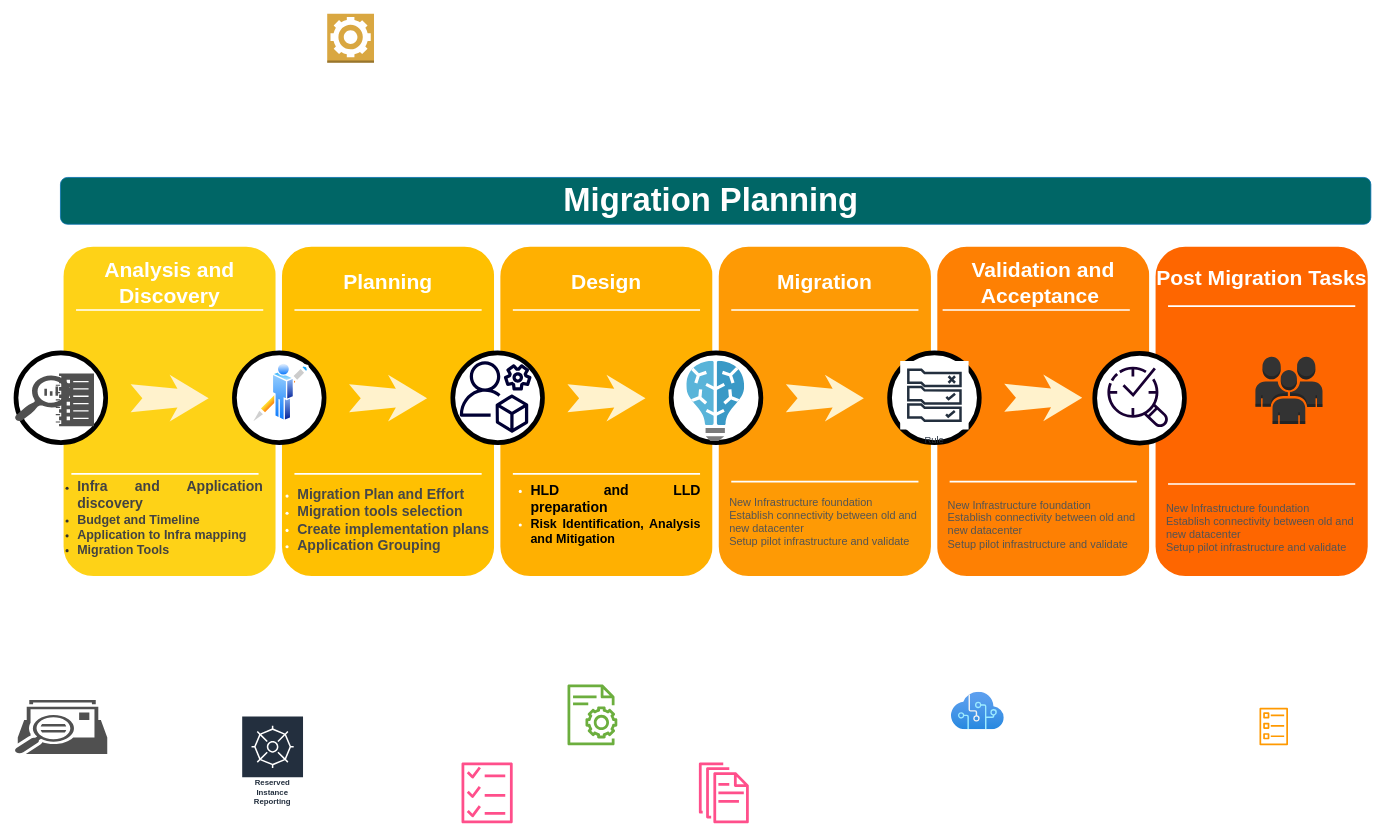
bktechtalk/challenge keeps this draw.io diagram as page "Page-1" (1 of 2) of Untitled Diagram.drawio. Above is the earlier version. Source tidied: cells renumbered, new cells numbered last; positions are measured from the earlier drawing's top-left corner, leaving out a move shared by most shapes. Both pictures are drawn from the tidied source at 78%, with x=0, y=0 at pixel (14, 13).
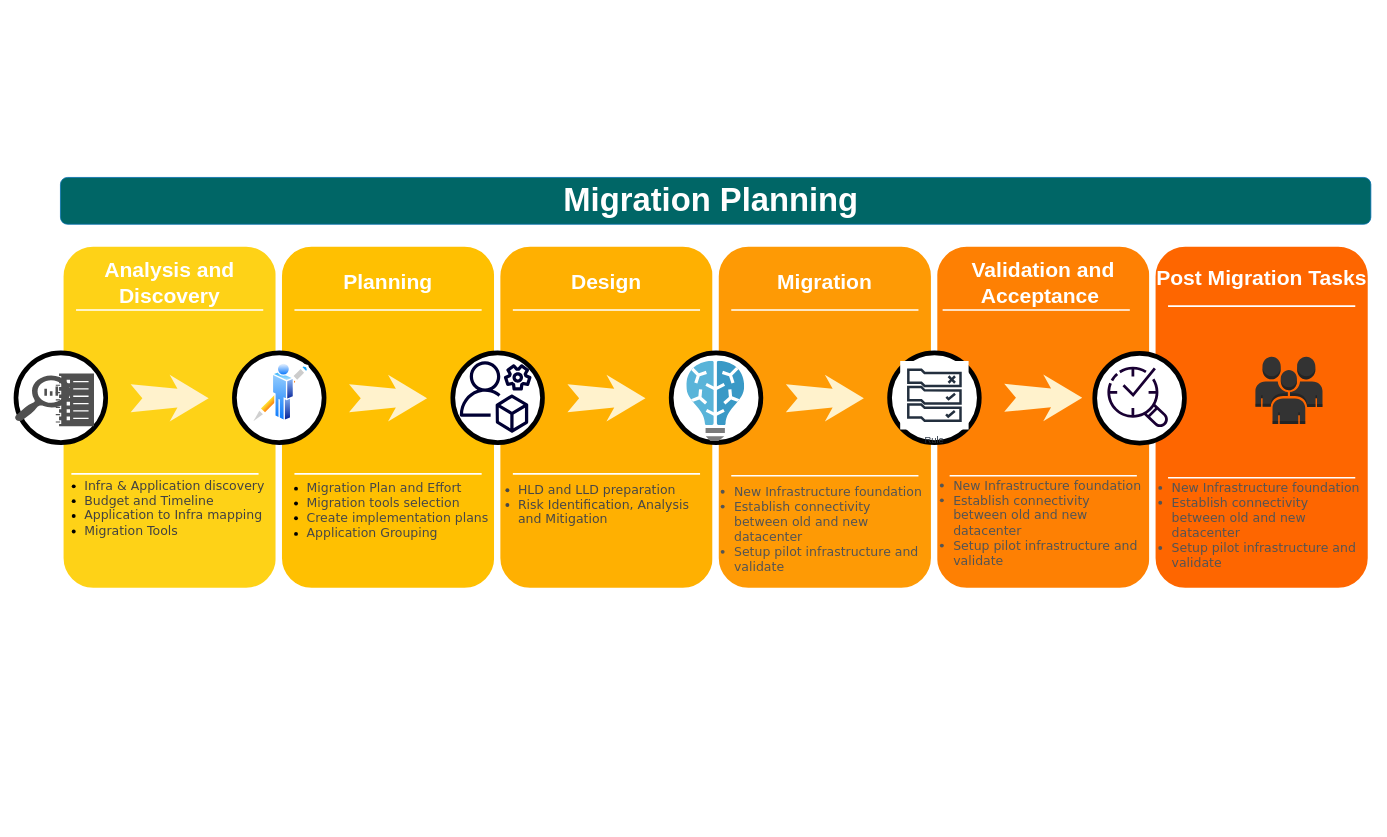
The same page after the edit.

Change to the diagram source:
```diff
@@
     <mxCell id="2" style="whiteSpace=wrap;html=1;rounded=1;shadow=0;strokeWidth=8;fontSize=20;align=center;fillColor=#FE8003;strokeColor=#FFFFFF;" parent="1" vertex="1">
-      <mxGeometry x="1179" y="295" width="280" height="430" as="geometry" />
+      <mxGeometry x="1179" y="295" width="280" height="445" as="geometry" />
     </mxCell>
     <mxCell id="3" style="whiteSpace=wrap;html=1;rounded=1;shadow=0;strokeWidth=8;fontSize=20;align=center;fillColor=#FE6600;strokeColor=#FFFFFF;" parent="1" vertex="1">
-      <mxGeometry x="1459" y="295" width="280" height="430" as="geometry" />
+      <mxGeometry x="1459" y="295" width="280" height="445" as="geometry" />
     </mxCell>
     <mxCell id="4" style="whiteSpace=wrap;html=1;rounded=1;shadow=0;strokeWidth=8;fontSize=20;align=center;fillColor=#FED217;strokeColor=#FFFFFF;" parent="1" vertex="1">
-      <mxGeometry x="59" y="295" width="280" height="430" as="geometry" />
+      <mxGeometry x="59" y="295" width="280" height="445" as="geometry" />
     </mxCell>
@@
-    <mxCell id="6" value="&lt;div style=&quot;text-align: justify&quot;&gt;&lt;ul&gt;&lt;li&gt;&lt;span&gt;&lt;font style=&quot;font-size: 18px&quot; color=&quot;#424242&quot;&gt;&lt;b&gt;Infra and Application discovery&amp;nbsp;&lt;/b&gt;&lt;/font&gt;&lt;/span&gt;&lt;/li&gt;&lt;li&gt;&lt;span&gt;&lt;font size=&quot;3&quot; color=&quot;#424242&quot;&gt;&lt;b&gt;Budget and Timeline&lt;/b&gt;&lt;/font&gt;&lt;/span&gt;&lt;/li&gt;&lt;li&gt;&lt;span&gt;&lt;font size=&quot;3&quot; color=&quot;#424242&quot;&gt;&lt;b&gt;Application to Infra mapping&amp;nbsp;&amp;nbsp;&lt;/b&gt;&lt;/font&gt;&lt;/span&gt;&lt;/li&gt;&lt;li&gt;&lt;font size=&quot;3&quot; color=&quot;#424242&quot;&gt;&lt;b&gt;Migration Tools&amp;nbsp;&lt;/b&gt;&lt;/font&gt;&lt;/li&gt;&lt;/ul&gt;&lt;/div&gt;&lt;div style=&quot;text-align: justify&quot;&gt;&lt;br&gt;&lt;/div&gt;" style="text;html=1;strokeColor=none;fillColor=none;align=left;verticalAlign=middle;whiteSpace=wrap;rounded=0;shadow=0;fontSize=14;fontColor=#333333;" parent="1" vertex="1">
-      <mxGeometry x="39" y="577.5" width="280" height="155" as="geometry" />
-    </mxCell>
@@
     <mxCell id="11" style="whiteSpace=wrap;html=1;rounded=1;shadow=0;strokeWidth=8;fontSize=20;align=center;fillColor=#FFC001;strokeColor=#FFFFFF;" parent="1" vertex="1">
-      <mxGeometry x="339" y="295" width="280" height="430" as="geometry" />
+      <mxGeometry x="339" y="295" width="280" height="445" as="geometry" />
     </mxCell>
@@
-    <mxCell id="13" value="&lt;ul&gt;&lt;li&gt;&lt;b style=&quot;font-size: 18px&quot;&gt;&lt;font color=&quot;#474747&quot;&gt;Migration Plan and Effort&amp;nbsp;&lt;/font&gt;&lt;/b&gt;&lt;/li&gt;&lt;li&gt;&lt;b style=&quot;font-size: 18px&quot;&gt;&lt;font color=&quot;#474747&quot;&gt;Migration tools selection&lt;/font&gt;&lt;/b&gt;&lt;/li&gt;&lt;li&gt;&lt;b style=&quot;font-size: 18px&quot;&gt;&lt;font color=&quot;#474747&quot;&gt;Create implementation plans&lt;/font&gt;&lt;/b&gt;&lt;/li&gt;&lt;li&gt;&lt;b style=&quot;font-size: 18px&quot;&gt;&lt;font color=&quot;#474747&quot;&gt;Application Grouping&amp;nbsp;&amp;nbsp;&lt;/font&gt;&lt;/b&gt;&lt;/li&gt;&lt;/ul&gt;" style="text;html=1;strokeColor=none;fillColor=none;align=left;verticalAlign=middle;whiteSpace=wrap;rounded=0;shadow=0;fontSize=14;fontColor=#FFFFFF;" parent="1" vertex="1">
-      <mxGeometry x="321" y="605" width="298" height="90" as="geometry" />
-    </mxCell>
@@
     <mxCell id="18" style="whiteSpace=wrap;html=1;rounded=1;shadow=0;strokeWidth=8;fontSize=20;align=center;fillColor=#FFB001;strokeColor=#FFFFFF;" parent="1" vertex="1">
-      <mxGeometry x="619" y="295" width="280" height="430" as="geometry" />
+      <mxGeometry x="619" y="295" width="280" height="445" as="geometry" />
     </mxCell>
@@
-    <mxCell id="20" value="&lt;div style=&quot;text-align: justify&quot;&gt;&lt;ul&gt;&lt;li&gt;&lt;font style=&quot;font-size: 18px&quot; color=&quot;#000000&quot;&gt;&lt;b&gt;&lt;font&gt;HLD and LLD &lt;/font&gt;preparation&lt;font&gt;&amp;nbsp;&lt;/font&gt;&lt;/b&gt;&lt;/font&gt;&lt;/li&gt;&lt;li&gt;&lt;font size=&quot;3&quot; color=&quot;#000000&quot;&gt;&lt;b&gt;Risk Identification, Analysis and Mitigation&amp;nbsp;&lt;/b&gt;&lt;/font&gt;&lt;/li&gt;&lt;/ul&gt;&lt;/div&gt;&lt;div&gt;&lt;font color=&quot;#575757&quot;&gt;&lt;br&gt;&lt;/font&gt;&lt;/div&gt;" style="text;html=1;strokeColor=none;fillColor=none;align=center;verticalAlign=middle;whiteSpace=wrap;rounded=0;shadow=0;fontSize=14;fontColor=#FFFFFF;" parent="1" vertex="1">
-      <mxGeometry x="621" y="605" width="260" height="90" as="geometry" />
-    </mxCell>
@@
     <mxCell id="25" style="whiteSpace=wrap;html=1;rounded=1;shadow=0;strokeWidth=8;fontSize=20;align=center;fillColor=#FE9A05;strokeColor=#FFFFFF;" parent="1" vertex="1">
-      <mxGeometry x="899" y="295" width="280" height="430" as="geometry" />
+      <mxGeometry x="899" y="295" width="280" height="445" as="geometry" />
     </mxCell>
@@
-    <mxCell id="27" value="&lt;div style=&quot;text-align: left&quot;&gt;&lt;span style=&quot;color: rgb(84 , 84 , 84)&quot;&gt;New Infrastructure foundation&lt;/span&gt;&lt;/div&gt;&lt;font color=&quot;#545454&quot;&gt;&lt;div style=&quot;text-align: left&quot;&gt;&lt;span&gt;Establish connectivity between old and&amp;nbsp;&lt;/span&gt;&lt;/div&gt;&lt;div style=&quot;text-align: left&quot;&gt;&lt;span&gt;new datacenter&amp;nbsp;&lt;/span&gt;&lt;/div&gt;&lt;div style=&quot;text-align: left&quot;&gt;&lt;span&gt;Setup pilot infrastructure and validate&amp;nbsp;&lt;/span&gt;&lt;/div&gt;&lt;div style=&quot;text-align: left&quot;&gt;&lt;span&gt;&amp;nbsp;&lt;/span&gt;&lt;/div&gt;&lt;/font&gt;" style="text;html=1;strokeColor=none;fillColor=none;align=center;verticalAlign=middle;whiteSpace=wrap;rounded=0;shadow=0;fontSize=14;fontColor=#FFFFFF;" parent="1" vertex="1">
+    <mxCell id="27" value="&lt;div style=&quot;text-align: left&quot;&gt;&lt;br&gt;&lt;/div&gt;" style="text;html=1;strokeColor=none;fillColor=none;align=center;verticalAlign=middle;whiteSpace=wrap;rounded=0;shadow=0;fontSize=14;fontColor=#FFFFFF;" parent="1" vertex="1">
       <mxGeometry x="899" y="615" width="280" height="90" as="geometry" />
     </mxCell>
@@
     <mxCell id="29" style="line;strokeWidth=2;html=1;rounded=0;shadow=0;fontSize=27;align=center;fillColor=none;strokeColor=#FFFFFF;" parent="1" vertex="1">
-      <mxGeometry x="919" y="595" width="240" height="10" as="geometry" />
+      <mxGeometry x="919" y="587.5" width="240" height="10" as="geometry" />
     </mxCell>
@@
-    <mxCell id="35" value="&lt;div style=&quot;text-align: left&quot;&gt;&lt;span style=&quot;color: rgb(84 , 84 , 84)&quot;&gt;New Infrastructure foundation&lt;/span&gt;&lt;/div&gt;&lt;font color=&quot;#545454&quot;&gt;&lt;div style=&quot;text-align: left&quot;&gt;&lt;span&gt;Establish connectivity between old and&amp;nbsp;&lt;/span&gt;&lt;/div&gt;&lt;div style=&quot;text-align: left&quot;&gt;&lt;span&gt;new datacenter&amp;nbsp;&lt;/span&gt;&lt;/div&gt;&lt;div style=&quot;text-align: left&quot;&gt;&lt;span&gt;Setup pilot infrastructure and validate&amp;nbsp;&lt;/span&gt;&lt;/div&gt;&lt;div style=&quot;text-align: left&quot;&gt;&lt;span&gt;&amp;nbsp;&lt;/span&gt;&lt;/div&gt;&lt;/font&gt;" style="text;html=1;strokeColor=none;fillColor=none;align=center;verticalAlign=middle;whiteSpace=wrap;rounded=0;shadow=0;fontSize=14;fontColor=#FFFFFF;" parent="1" vertex="1">
-      <mxGeometry x="1459" y="622.5" width="280" height="90" as="geometry" />
-    </mxCell>
@@
     <mxCell id="37" style="line;strokeWidth=2;html=1;rounded=0;shadow=0;fontSize=27;align=center;fillColor=none;strokeColor=#FFFFFF;" parent="1" vertex="1">
-      <mxGeometry x="1479" y="598" width="240" height="10" as="geometry" />
+      <mxGeometry x="1479" y="590" width="240" height="10" as="geometry" />
     </mxCell>
@@
-    <mxCell id="41" value="&lt;div style=&quot;text-align: left&quot;&gt;&lt;span style=&quot;color: rgb(84 , 84 , 84)&quot;&gt;New Infrastructure foundation&lt;/span&gt;&lt;/div&gt;&lt;font color=&quot;#545454&quot;&gt;&lt;div style=&quot;text-align: left&quot;&gt;&lt;span&gt;Establish connectivity between old and&amp;nbsp;&lt;/span&gt;&lt;/div&gt;&lt;div style=&quot;text-align: left&quot;&gt;&lt;span&gt;new datacenter&amp;nbsp;&lt;/span&gt;&lt;/div&gt;&lt;div style=&quot;text-align: left&quot;&gt;&lt;span&gt;Setup pilot infrastructure and validate&amp;nbsp;&lt;/span&gt;&lt;/div&gt;&lt;div style=&quot;text-align: left&quot;&gt;&lt;span&gt;&amp;nbsp;&lt;/span&gt;&lt;/div&gt;&lt;/font&gt;" style="text;html=1;strokeColor=none;fillColor=none;align=center;verticalAlign=middle;whiteSpace=wrap;rounded=0;shadow=0;fontSize=14;fontColor=#FFFFFF;" parent="1" vertex="1">
-      <mxGeometry x="1179" y="618" width="280" height="90" as="geometry" />
-    </mxCell>
     <mxCell id="42" style="line;strokeWidth=2;html=1;rounded=0;shadow=0;fontSize=27;align=center;fillColor=none;strokeColor=#FFFFFF;" parent="1" vertex="1">
-      <mxGeometry x="1199" y="595" width="240" height="10" as="geometry" />
+      <mxGeometry x="1199" y="587.5" width="240" height="10" as="geometry" />
     </mxCell>
@@
-    <mxCell id="45" style="dashed=0;verticalLabelPosition=bottom;verticalAlign=top;align=center;html=1;shape=mxgraph.aws3.worker;fillColor=#D9A741;gradientColor=none;fontColor=#333333;" parent="1" vertex="1">
-      <mxGeometry x="401" width="60" height="63" as="geometry" />
-    </mxCell>
-    <mxCell id="46" value="Reserved Instance Reporting" style="sketch=0;fontColor=#232F3E;gradientColor=none;strokeColor=#ffffff;fillColor=#232F3E;dashed=0;verticalLabelPosition=middle;verticalAlign=bottom;align=center;html=1;whiteSpace=wrap;fontSize=10;fontStyle=1;spacing=3;shape=mxgraph.aws4.productIcon;prIcon=mxgraph.aws4.reserved_instance_reporting;" parent="1" vertex="1">
-      <mxGeometry x="291" y="900" width="80" height="120" as="geometry" />
-    </mxCell>
@@
-    <mxCell id="48" style="sketch=0;fontColor=#232F3E;gradientColor=none;fillColor=#FF9900;strokeColor=none;dashed=0;verticalLabelPosition=bottom;verticalAlign=top;align=center;html=1;fontSize=12;fontStyle=0;shape=mxgraph.aws4.ecs_task;" parent="1" vertex="1">
-      <mxGeometry x="1596" y="890" width="37" height="48" as="geometry" />
-    </mxCell>
-    <mxCell id="49" style="sketch=0;fontColor=#232F3E;gradientColor=none;fillColor=#6CAE3E;strokeColor=none;dashed=0;verticalLabelPosition=bottom;verticalAlign=top;align=center;html=1;fontSize=12;fontStyle=0;shape=mxgraph.aws4.iot_device_jobs_resource;" parent="1" vertex="1">
-      <mxGeometry x="709" y="860" width="64" height="78" as="geometry" />
-    </mxCell>
-    <mxCell id="50" style="sketch=0;fontColor=#232F3E;gradientColor=none;fillColor=#FF4F8B;strokeColor=none;dashed=0;verticalLabelPosition=bottom;verticalAlign=top;align=center;html=1;fontSize=12;fontStyle=0;shape=mxgraph.aws4.documents;" parent="1" vertex="1">
-      <mxGeometry x="877.5" y="960" width="64" height="78" as="geometry" />
-    </mxCell>
-    <mxCell id="51" style="sketch=0;fontColor=#232F3E;gradientColor=none;fillColor=#FF4F8B;strokeColor=none;dashed=0;verticalLabelPosition=bottom;verticalAlign=top;align=center;html=1;fontSize=12;fontStyle=0;shape=mxgraph.aws4.checklist;" parent="1" vertex="1">
-      <mxGeometry x="573" y="960" width="66" height="78" as="geometry" />
-    </mxCell>
@@
-    <mxCell id="53" style="html=1;align=center;image;fontSize=12;image=img/lib/azure2/ai_machine_learning/Cognitive_Services.svg;fontColor=#333333;fillColor=#006666;" parent="1" vertex="1">
-      <mxGeometry x="1201" y="870" width="68" height="48" as="geometry" />
-    </mxCell>
-    <mxCell id="54" style="sketch=0;shadow=0;dashed=0;html=1;strokeColor=none;fillColor=#505050;labelPosition=center;verticalLabelPosition=bottom;verticalAlign=top;align=center;shape=mxgraph.office.communications.discovery_search_mailbox;fontColor=#333333;" parent="1" vertex="1">
-      <mxGeometry y="880" width="119" height="69.2" as="geometry" />
-    </mxCell>
@@
+    <mxCell id="13" value="&lt;ul style=&quot;font-size: 16px&quot;&gt;&lt;li&gt;&lt;font color=&quot;#474747&quot; face=&quot;Verdana&quot; style=&quot;font-size: 16px&quot;&gt;Migration Plan and Effort&amp;nbsp;&lt;/font&gt;&lt;/li&gt;&lt;li&gt;&lt;font color=&quot;#474747&quot; face=&quot;Verdana&quot; style=&quot;font-size: 16px&quot;&gt;Migration tools selection&lt;/font&gt;&lt;/li&gt;&lt;li&gt;&lt;font color=&quot;#474747&quot; face=&quot;Verdana&quot; style=&quot;font-size: 16px&quot;&gt;Create implementation plans&lt;/font&gt;&lt;/li&gt;&lt;li&gt;&lt;font color=&quot;#474747&quot; face=&quot;Verdana&quot; style=&quot;font-size: 16px&quot;&gt;Application Grouping&amp;nbsp;&amp;nbsp;&lt;/font&gt;&lt;/li&gt;&lt;/ul&gt;" style="text;html=1;strokeColor=none;fillColor=none;spacing=5;spacingTop=-20;whiteSpace=wrap;overflow=hidden;rounded=0;" parent="1" vertex="1">
+      <mxGeometry x="330" y="592.5" width="298" height="130" as="geometry" />
+    </mxCell>
+    <mxCell id="60" value="&lt;ul style=&quot;font-size: 16px&quot;&gt;&lt;li&gt;&lt;font face=&quot;Verdana&quot; style=&quot;font-size: 16px&quot;&gt;&lt;span style=&quot;color: rgb(66 , 66 , 66) ; text-align: justify&quot;&gt;Infra &amp;amp; Application discovery&amp;nbsp;&lt;/span&gt;&lt;/font&gt;&lt;/li&gt;&lt;li&gt;&lt;font face=&quot;Verdana&quot; style=&quot;font-size: 16px&quot;&gt;&lt;span style=&quot;color: rgb(66 , 66 , 66) ; text-align: justify&quot;&gt;Budget and Timeline&lt;/span&gt;&lt;/font&gt;&lt;/li&gt;&lt;li&gt;&lt;font face=&quot;Verdana&quot; style=&quot;font-size: 16px&quot;&gt;&lt;span style=&quot;color: rgb(66 , 66 , 66) ; text-align: justify&quot;&gt;Application to Infra mapping&amp;nbsp;&amp;nbsp;&lt;/span&gt;&lt;/font&gt;&lt;/li&gt;&lt;li&gt;&lt;span style=&quot;font-family: &amp;#34;verdana&amp;#34; ; color: rgb(66 , 66 , 66) ; text-align: justify&quot;&gt;&lt;font style=&quot;font-size: 16px&quot;&gt;Migration Tools&amp;nbsp;&lt;/font&gt;&lt;/span&gt;&lt;/li&gt;&lt;/ul&gt;&lt;h1 style=&quot;font-size: 16px&quot;&gt;&lt;div style=&quot;text-align: justify&quot;&gt;&lt;br style=&quot;color: rgb(51 , 51 , 51) ; font-weight: 400&quot;&gt;&lt;/div&gt;&lt;/h1&gt;" style="text;html=1;strokeColor=none;fillColor=none;spacing=5;spacingTop=-20;whiteSpace=wrap;overflow=hidden;rounded=0;" parent="1" vertex="1">
+      <mxGeometry x="45.2" y="590" width="295.8" height="135" as="geometry" />
+    </mxCell>
+    <mxCell id="20" value="&lt;ul style=&quot;font-size: 16px&quot;&gt;&lt;li&gt;&lt;font face=&quot;Verdana&quot; style=&quot;font-size: 16px&quot;&gt;HLD and LLD&amp;nbsp;preparation&amp;nbsp;&lt;/font&gt;&lt;/li&gt;&lt;li&gt;&lt;font face=&quot;Verdana&quot; style=&quot;font-size: 16px&quot;&gt;Risk Identification, Analysis and Mitigation&amp;nbsp;&lt;/font&gt;&lt;/li&gt;&lt;/ul&gt;" style="text;html=1;strokeColor=none;fillColor=none;spacing=5;spacingTop=-20;whiteSpace=wrap;overflow=hidden;rounded=0;fontColor=#474747;" parent="1" vertex="1">
+      <mxGeometry x="601" y="595" width="298" height="130" as="geometry" />
+    </mxCell>
+    <mxCell id="61" value="&lt;font color=&quot;#545454&quot; style=&quot;font-size: 14px ; text-align: center&quot; face=&quot;Verdana&quot;&gt;&lt;div style=&quot;text-align: left ; font-size: 16px&quot;&gt;&lt;ul&gt;&lt;li&gt;&lt;div style=&quot;color: rgb(255 , 255 , 255) ; display: inline&quot;&gt;&lt;span style=&quot;color: rgb(84 , 84 , 84)&quot;&gt;New Infrastructure foundation&lt;/span&gt;&lt;/div&gt;&lt;/li&gt;&lt;li&gt;Establish connectivity between old and new datacenter&amp;nbsp;&lt;/li&gt;&lt;li&gt;Setup pilot infrastructure and validate&amp;nbsp;&lt;/li&gt;&lt;/ul&gt;&lt;/div&gt;&lt;/font&gt;" style="text;html=1;strokeColor=none;fillColor=none;spacing=5;spacingTop=-20;whiteSpace=wrap;overflow=hidden;rounded=0;fontColor=#474747;" parent="1" vertex="1">
+      <mxGeometry x="877.5" y="597.5" width="293.5" height="142.5" as="geometry" />
+    </mxCell>
+    <mxCell id="62" value="&lt;font color=&quot;#545454&quot; style=&quot;font-size: 14px ; text-align: center&quot; face=&quot;Verdana&quot;&gt;&lt;div style=&quot;text-align: left ; font-size: 16px&quot;&gt;&lt;ul&gt;&lt;li&gt;&lt;div style=&quot;color: rgb(255 , 255 , 255) ; display: inline&quot;&gt;&lt;span style=&quot;color: rgb(84 , 84 , 84)&quot;&gt;New Infrastructure foundation&lt;/span&gt;&lt;/div&gt;&lt;/li&gt;&lt;li&gt;Establish connectivity between old and new datacenter&amp;nbsp;&lt;/li&gt;&lt;li&gt;Setup pilot infrastructure and validate&amp;nbsp;&lt;/li&gt;&lt;/ul&gt;&lt;/div&gt;&lt;/font&gt;" style="text;html=1;strokeColor=none;fillColor=none;spacing=5;spacingTop=-20;whiteSpace=wrap;overflow=hidden;rounded=0;fontColor=#474747;" parent="1" vertex="1">
+      <mxGeometry x="1159" y="590" width="293.5" height="142.5" as="geometry" />
+    </mxCell>
+    <mxCell id="63" value="&lt;font color=&quot;#545454&quot; style=&quot;font-size: 14px ; text-align: center&quot; face=&quot;Verdana&quot;&gt;&lt;div style=&quot;text-align: left ; font-size: 16px&quot;&gt;&lt;ul&gt;&lt;li&gt;&lt;div style=&quot;color: rgb(255 , 255 , 255) ; display: inline&quot;&gt;&lt;span style=&quot;color: rgb(84 , 84 , 84)&quot;&gt;New Infrastructure foundation&lt;/span&gt;&lt;/div&gt;&lt;/li&gt;&lt;li&gt;Establish connectivity between old and new datacenter&amp;nbsp;&lt;/li&gt;&lt;li&gt;Setup pilot infrastructure and validate&amp;nbsp;&lt;/li&gt;&lt;/ul&gt;&lt;/div&gt;&lt;/font&gt;" style="text;html=1;strokeColor=none;fillColor=none;spacing=5;spacingTop=-20;whiteSpace=wrap;overflow=hidden;rounded=0;fontColor=#474747;" parent="1" vertex="1">
+      <mxGeometry x="1439" y="592.5" width="293.5" height="142.5" as="geometry" />
+    </mxCell>
```
